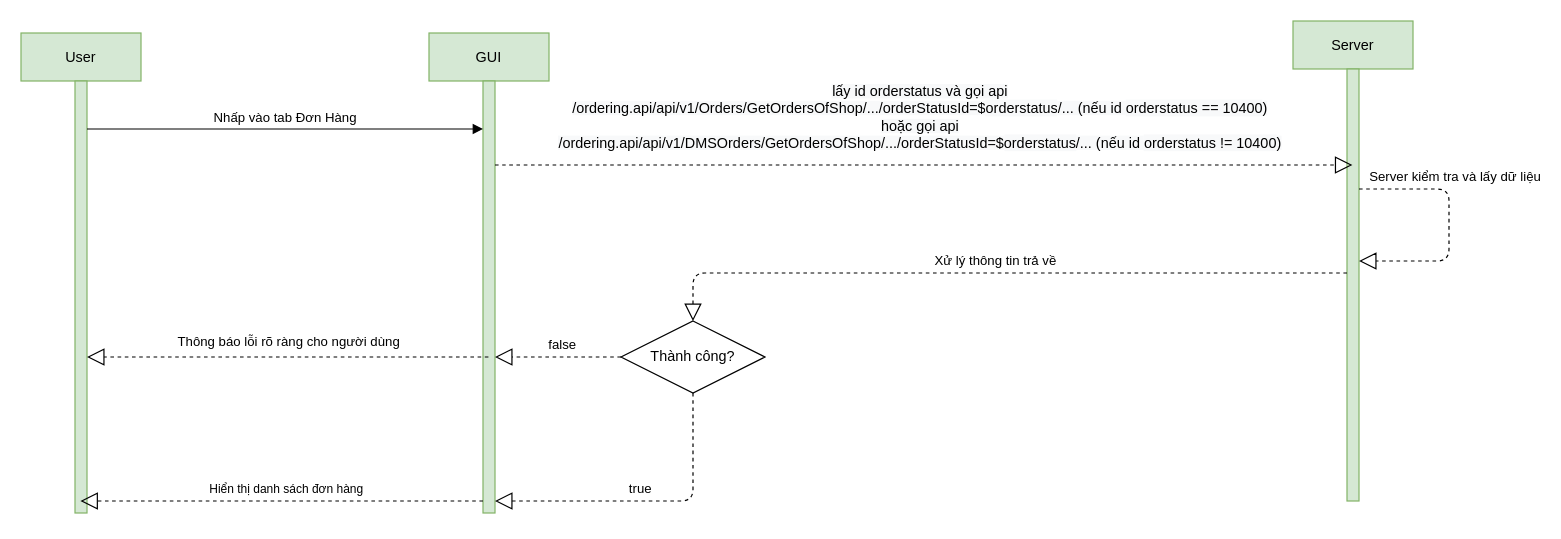
This is page "Order tabs" (4 of 9) of OrderManagement Diagram.drawio from Alars99/diagram, a draw.io file, before an edit. Source tidied: cells renumbered, new cells numbered last; positions are measured from the earlier drawing's top-left corner, leaving out a move shared by most shapes. Both pictures are drawn from the tidied source at 120%, with x=0, y=0 at pixel (20, 20).
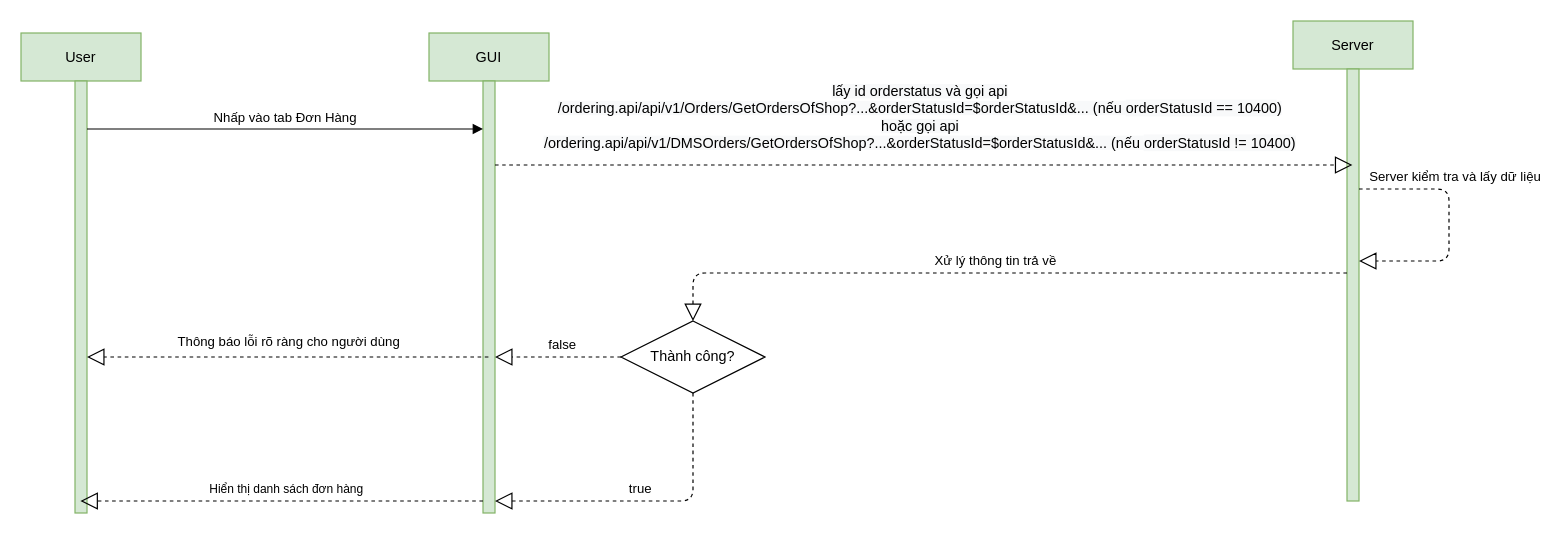
The same page after the edit.

The change refers to these unchanged cells:
```xml
<mxCell id="5" style="points=[];perimeter=orthogonalPerimeter;rounded=0;shadow=0;strokeWidth=1;fillColor=#d5e8d4;strokeColor=#82b366;" parent="4" vertex="1">
  <mxGeometry x="45" y="40" width="10" height="360" as="geometry" />
</mxCell>
<mxCell id="6" value="Server" style="shape=umlLifeline;perimeter=lifelinePerimeter;rounded=0;shadow=0;strokeWidth=1;fillColor=#d5e8d4;strokeColor=#82b366;" parent="1" vertex="1">
  <mxGeometry x="1060" width="100" height="400" as="geometry" />
</mxCell>
```

Diff of the diagram source:
```diff
@@
-    <mxCell id="10" value="&lt;span style=&quot;background-color: rgb(248 , 249 , 250)&quot;&gt;&lt;span style=&quot;font-size: 12px&quot;&gt;lấy id orderstatus và gọi api &lt;br&gt;/ordering.api/api/v1/Orders/GetOrdersOfShop/.../orderStatusId=$&lt;/span&gt;&lt;/span&gt;&lt;span style=&quot;font-size: 12px ; background-color: rgb(248 , 249 , 250)&quot;&gt;orderstatus&lt;/span&gt;&lt;span style=&quot;background-color: rgb(248 , 249 , 250)&quot;&gt;&lt;span style=&quot;font-size: 12px&quot;&gt;/... (nếu id&amp;nbsp;&lt;/span&gt;&lt;/span&gt;&lt;span style=&quot;font-size: 12px ; background-color: rgb(248 , 249 , 250)&quot;&gt;orderstatus == 10400&lt;/span&gt;&lt;span style=&quot;background-color: rgb(248 , 249 , 250)&quot;&gt;&lt;span style=&quot;font-size: 12px&quot;&gt;)&lt;br&gt;hoặc gọi api&lt;br&gt;&lt;/span&gt;&lt;/span&gt;&lt;span style=&quot;background-color: rgb(248 , 249 , 250)&quot;&gt;&lt;span style=&quot;font-size: 12px&quot;&gt;/ordering.api/api/v1/DMSOrders/GetOrdersOfShop/.../orderStatusId=$&lt;/span&gt;&lt;/span&gt;&lt;span style=&quot;font-size: 12px ; background-color: rgb(248 , 249 , 250)&quot;&gt;orderstatus&lt;/span&gt;&lt;span style=&quot;background-color: rgb(248 , 249 , 250)&quot;&gt;&lt;span style=&quot;font-size: 12px&quot;&gt;/... (nếu id&amp;nbsp;&lt;/span&gt;&lt;/span&gt;&lt;span style=&quot;font-size: 12px ; background-color: rgb(248 , 249 , 250)&quot;&gt;orderstatus != 10400&lt;/span&gt;&lt;span style=&quot;background-color: rgb(248 , 249 , 250)&quot;&gt;&lt;span style=&quot;font-size: 12px&quot;&gt;)&lt;/span&gt;&lt;/span&gt;&lt;span style=&quot;background-color: rgb(248 , 249 , 250)&quot;&gt;&lt;span style=&quot;font-size: 12px&quot;&gt;&lt;br&gt;&lt;/span&gt;&lt;/span&gt;" style="endArrow=block;dashed=1;endFill=0;endSize=12;html=1;" parent="1" edge="1" source="5" target="6">
+    <mxCell id="10" value="&lt;span style=&quot;background-color: rgb(248 , 249 , 250)&quot;&gt;&lt;span style=&quot;font-size: 12px&quot;&gt;lấy id orderstatus và gọi api &lt;br&gt;/ordering.api/api/v1/Orders/GetOrdersOfShop?...&amp;amp;orderStatusId=$&lt;/span&gt;&lt;/span&gt;&lt;span style=&quot;background-color: rgb(248 , 249 , 250)&quot;&gt;&lt;span style=&quot;font-size: 12px&quot;&gt;orderStatusId&amp;amp;&lt;/span&gt;&lt;/span&gt;&lt;span style=&quot;background-color: rgb(248 , 249 , 250)&quot;&gt;&lt;span style=&quot;font-size: 12px&quot;&gt;... (nếu&amp;nbsp;&lt;/span&gt;&lt;/span&gt;&lt;span style=&quot;font-size: 12px ; background-color: rgb(248 , 249 , 250)&quot;&gt;orderStatusId&amp;nbsp;&lt;/span&gt;&lt;span style=&quot;font-size: 12px ; background-color: rgb(248 , 249 , 250)&quot;&gt;== 10400&lt;/span&gt;&lt;span style=&quot;background-color: rgb(248 , 249 , 250)&quot;&gt;&lt;span style=&quot;font-size: 12px&quot;&gt;)&lt;br&gt;hoặc gọi api&lt;br&gt;&lt;/span&gt;&lt;/span&gt;&lt;span style=&quot;background-color: rgb(248 , 249 , 250)&quot;&gt;&lt;span style=&quot;font-size: 12px&quot;&gt;/ordering.api/api/v1/DMSOrders/GetOrdersOfShop?...&amp;amp;orderStatusId=$&lt;/span&gt;&lt;/span&gt;&lt;span style=&quot;background-color: rgb(248 , 249 , 250)&quot;&gt;&lt;span style=&quot;font-size: 12px&quot;&gt;orderStatusId&amp;amp;&lt;/span&gt;&lt;/span&gt;&lt;span style=&quot;background-color: rgb(248 , 249 , 250)&quot;&gt;&lt;span style=&quot;font-size: 12px&quot;&gt;... (nếu&amp;nbsp;&lt;/span&gt;&lt;/span&gt;&lt;span style=&quot;font-size: 12px ; background-color: rgb(248 , 249 , 250)&quot;&gt;orderStatusId&amp;nbsp;&lt;/span&gt;&lt;span style=&quot;font-size: 12px ; background-color: rgb(248 , 249 , 250)&quot;&gt;!= 10400&lt;/span&gt;&lt;span style=&quot;background-color: rgb(248 , 249 , 250)&quot;&gt;&lt;span style=&quot;font-size: 12px&quot;&gt;)&lt;/span&gt;&lt;/span&gt;&lt;span style=&quot;background-color: rgb(248 , 249 , 250)&quot;&gt;&lt;span style=&quot;font-size: 12px&quot;&gt;&lt;br&gt;&lt;/span&gt;&lt;/span&gt;" style="endArrow=block;dashed=1;endFill=0;endSize=12;html=1;" parent="1" edge="1" source="5" target="6">
       <mxGeometry x="-0.01" y="40" relative="1" as="geometry">
         <Array as="points">
           <mxPoint x="410" y="120" />
           <mxPoint x="490" y="120" />
         </Array>
       </mxGeometry>
     </mxCell>
```
